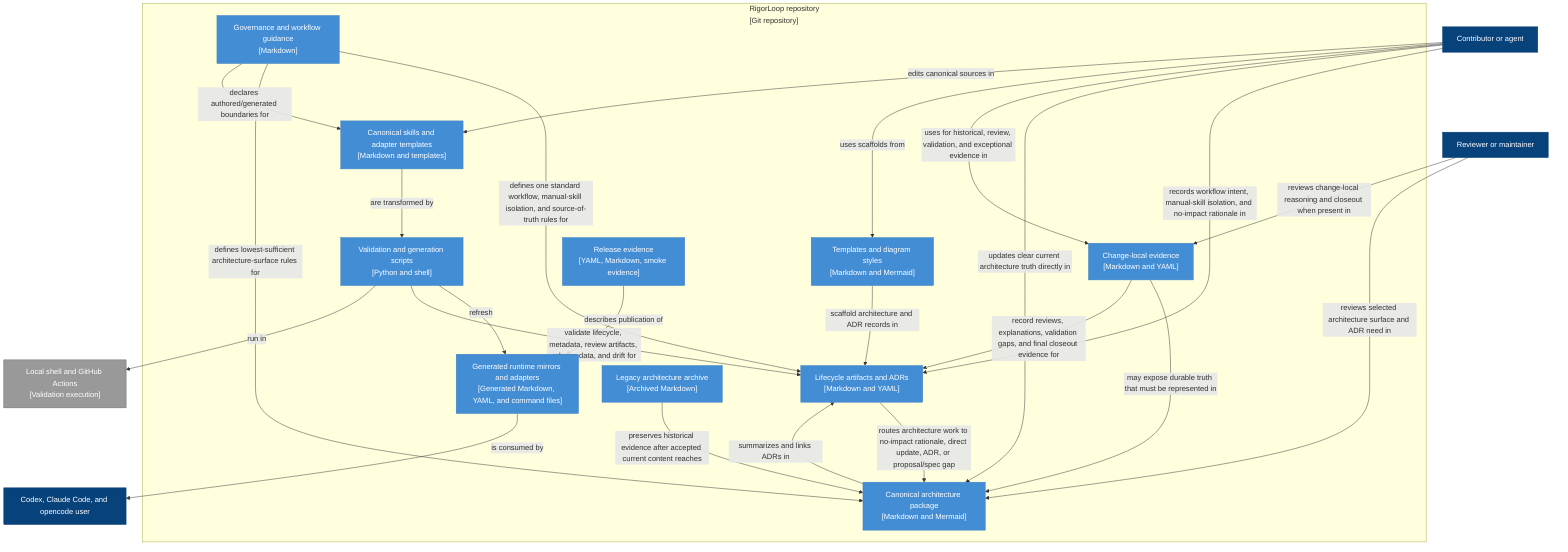
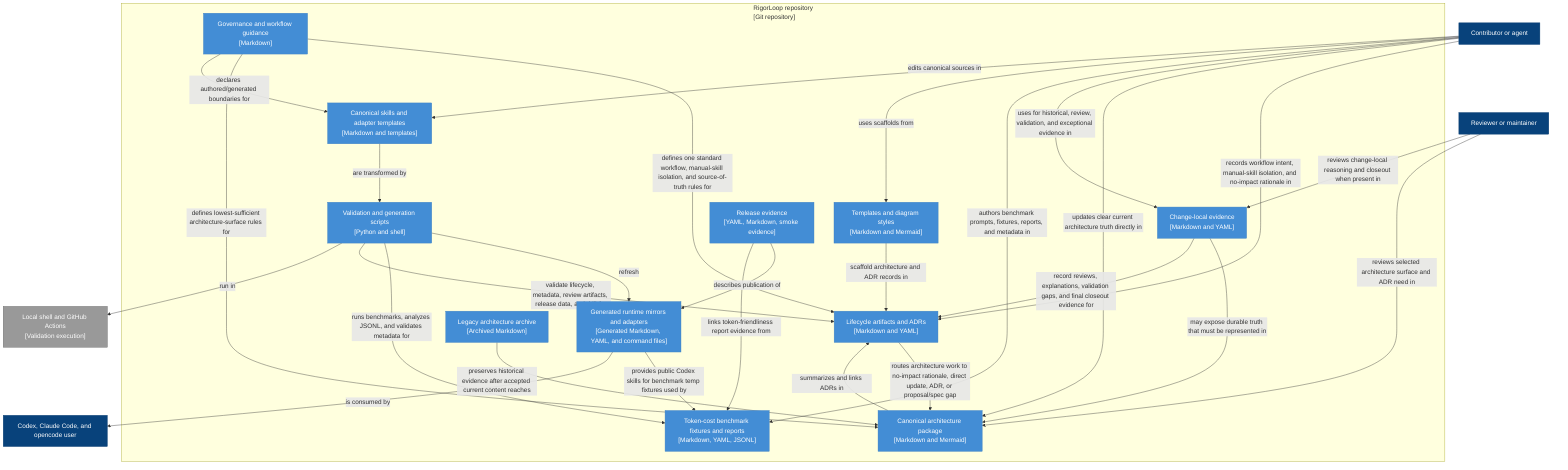
flowchart TB
  contributor["Contributor or agent"]:::person
  reviewer["Reviewer or maintainer"]:::person
  execution["Local shell and GitHub Actions<br/>[Validation execution]"]:::external
  adapter_user["Codex, Claude Code, and opencode user"]:::person

  subgraph repo["RigorLoop repository<br/>[Git repository]"]
    governance["Governance and workflow guidance<br/>[Markdown]"]:::container
    lifecycle["Lifecycle artifacts and ADRs<br/>[Markdown and YAML]"]:::container
+     token_bench["Token-cost benchmark fixtures and reports<br/>[Markdown, YAML, JSONL]"]:::container
    architecture["Canonical architecture package<br/>[Markdown and Mermaid]"]:::container
    changes["Change-local evidence<br/>[Markdown and YAML]"]:::container
    templates["Templates and diagram styles<br/>[Markdown and Mermaid]"]:::container
    skills["Canonical skills and adapter templates<br/>[Markdown and templates]"]:::container
    scripts["Validation and generation scripts<br/>[Python and shell]"]:::container
    generated["Generated runtime mirrors and adapters<br/>[Generated Markdown, YAML, and command files]"]:::container
    release["Release evidence<br/>[YAML, Markdown, smoke evidence]"]:::container
    legacy["Legacy architecture archive<br/>[Archived Markdown]"]:::container
  end

  contributor -->|records workflow intent, manual-skill isolation, and no-impact rationale in| lifecycle
  contributor -->|updates clear current architecture truth directly in| architecture
  contributor -->|uses for historical, review, validation, and exceptional evidence in| changes
+   contributor -->|authors benchmark prompts, fixtures, reports, and metadata in| token_bench
  contributor -->|uses scaffolds from| templates
  contributor -->|edits canonical sources in| skills
  reviewer -->|reviews selected architecture surface and ADR need in| architecture
  reviewer -->|reviews change-local reasoning and closeout when present in| changes
  governance -->|defines one standard workflow, manual-skill isolation, and source-of-truth rules for| lifecycle
  governance -->|defines lowest-sufficient architecture-surface rules for| architecture
  governance -->|declares authored/generated boundaries for| skills
  lifecycle -->|routes architecture work to no-impact rationale, direct update, ADR, or proposal/spec gap| architecture
  changes -->|may expose durable truth that must be represented in| architecture
  changes -->|record reviews, explanations, validation gaps, and final closeout evidence for| lifecycle
  templates -->|scaffold architecture and ADR records in| lifecycle
  skills -->|are transformed by| scripts
  scripts -->|refresh| generated
+   scripts -->|runs benchmarks, analyzes JSONL, and validates metadata for| token_bench
+   generated -->|provides public Codex skills for benchmark temp fixtures used by| token_bench
  scripts -->|validate lifecycle, metadata, review artifacts, release data, and drift for| lifecycle
  scripts -->|run in| execution
  release -->|describes publication of| generated
+   release -->|links token-friendliness report evidence from| token_bench
  generated -->|is consumed by| adapter_user
  legacy -->|preserves historical evidence after accepted current content reaches| architecture
  architecture -->|summarizes and links ADRs in| lifecycle

  classDef person fill:#08427b,stroke:#073b6f,color:#fff
  classDef system fill:#1168bd,stroke:#0e5aa7,color:#fff
  classDef external fill:#999,stroke:#666,color:#fff
  classDef container fill:#438dd5,stroke:#3c7fc0,color:#fff
